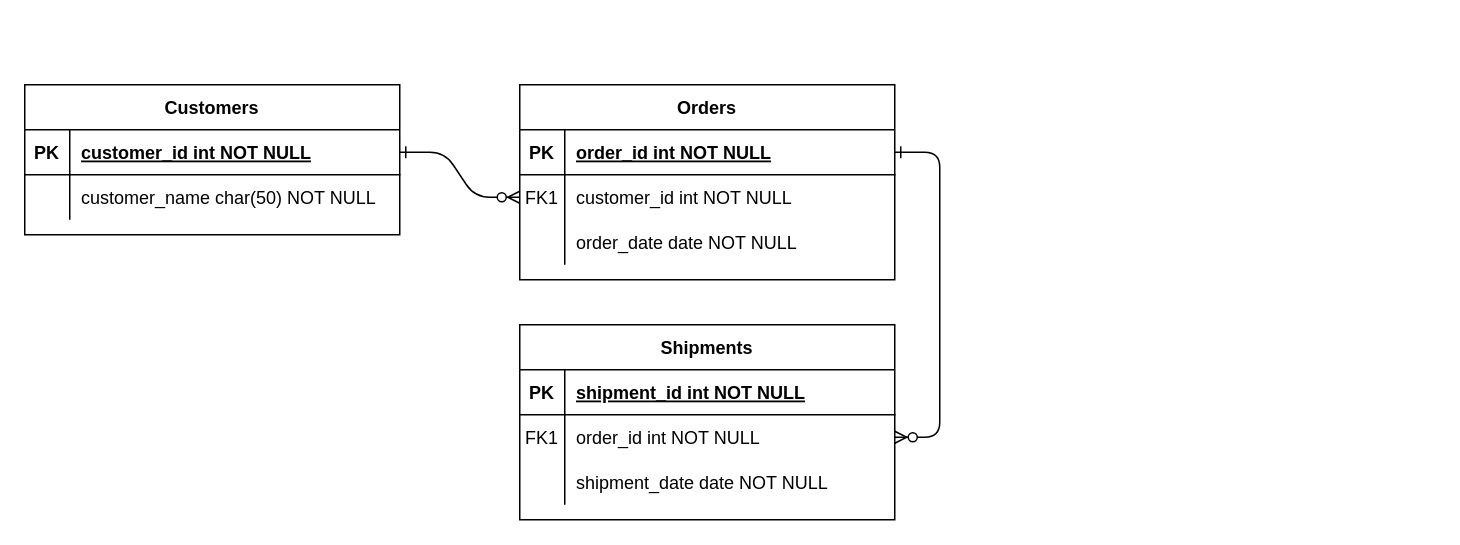
Earlier version of the draw.io diagram Distribuicao_Analistas_2a_Inst.drawio (gugahh/diagramasmprj). Source tidied: cells renumbered, new cells numbered last; positions are measured from the earlier drawing's top-left corner, leaving out a move shared by most shapes. Both pictures are drawn from the tidied source at 150%, with x=0, y=0 at pixel (24, 84).
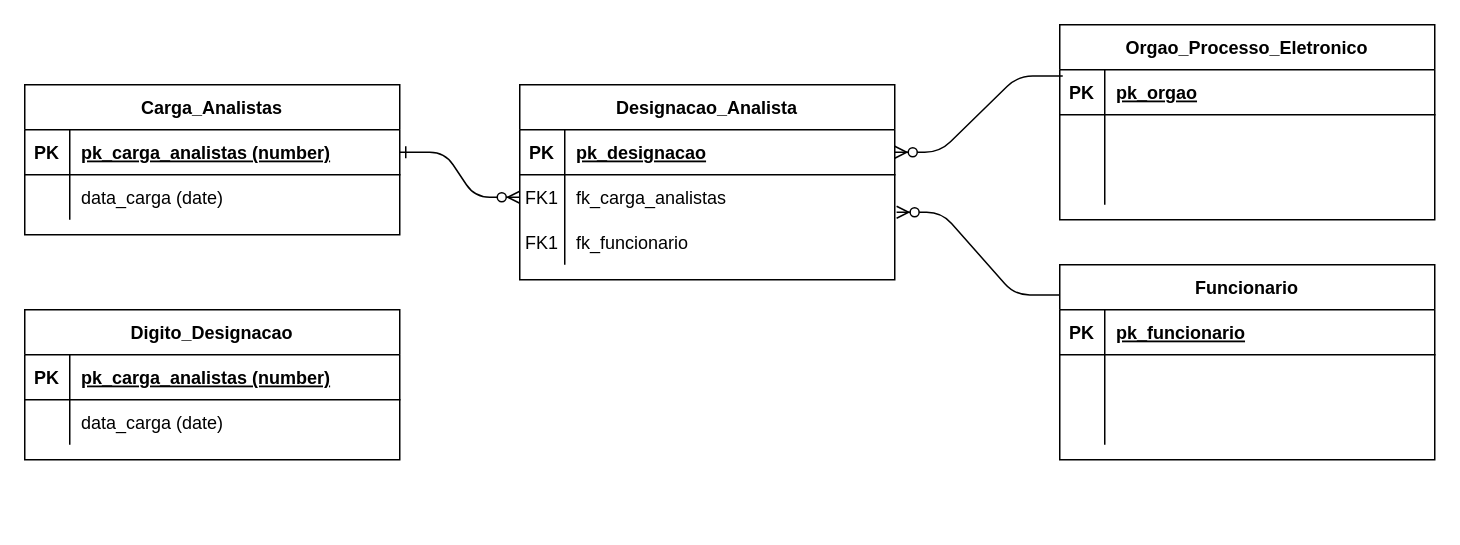
Above is the later version.

Unchanged cells that the change refers to:
```xml
<mxCell id="5" style="shape=partialRectangle;fillColor=none;points=[[0,0.5],[1,0.5]];portConstraint=eastwest;top=0;left=0;right=0;bottom=1;" parent="4" vertex="1">
  <mxGeometry y="30" width="250" height="30" as="geometry" />
</mxCell>
<mxCell id="8" style="shape=partialRectangle;fillColor=none;points=[[0,0.5],[1,0.5]];portConstraint=eastwest;top=0;left=0;right=0;bottom=0;" parent="4" vertex="1">
  <mxGeometry y="60" width="250" height="30" as="geometry" />
</mxCell>
<mxCell id="11" style="shape=partialRectangle;fillColor=none;top=0;left=0;right=0;bottom=0;" parent="4" vertex="1">
  <mxGeometry y="90" width="250" height="30" as="geometry" />
</mxCell>
<mxCell id="15" style="shape=partialRectangle;fillColor=none;points=[[0,0.5],[1,0.5]];portConstraint=eastwest;top=0;left=0;right=0;bottom=1;" parent="14" vertex="1">
  <mxGeometry y="30" width="250" height="30" as="geometry" />
</mxCell>
<mxCell id="18" style="shape=partialRectangle;fillColor=none;points=[[0,0.5],[1,0.5]];portConstraint=eastwest;top=0;left=0;right=0;bottom=0;" parent="14" vertex="1">
  <mxGeometry y="60" width="250" height="30" as="geometry" />
</mxCell>
<mxCell id="21" style="shape=partialRectangle;fillColor=none;top=0;left=0;right=0;bottom=0;" parent="14" vertex="1">
  <mxGeometry y="90" width="250" height="30" as="geometry" />
</mxCell>
<mxCell id="25" style="shape=partialRectangle;fillColor=none;points=[[0,0.5],[1,0.5]];portConstraint=eastwest;top=0;left=0;right=0;bottom=1;" parent="24" vertex="1">
  <mxGeometry y="30" width="250" height="30" as="geometry" />
</mxCell>
<mxCell id="28" style="shape=partialRectangle;fillColor=none;top=0;left=0;right=0;bottom=0;" parent="24" vertex="1">
  <mxGeometry y="60" width="250" height="30" as="geometry" />
</mxCell>
```

What changed in the source:
```diff
@@
-    <mxCell id="3" style="edgeStyle=entityRelationEdgeStyle;endArrow=ERzeroToMany;startArrow=ERone;endFill=1;startFill=0;" parent="1" edge="1" source="5" target="18">
-      <mxGeometry relative="1" as="geometry" />
-    </mxCell>
-    <mxCell id="4" value="Orders" style="shape=table;startSize=30;childLayout=tableLayout;rowLines=0;fontStyle=1;align=center;" parent="1" vertex="1">
+    <mxCell id="4" value="Designacao_Analista" style="shape=table;startSize=30;childLayout=tableLayout;rowLines=0;fontStyle=1;align=center;" parent="1" vertex="1">
       <mxGeometry x="330" width="250" height="130" as="geometry" />
     </mxCell>
@@
-    <mxCell id="7" value="order_id int NOT NULL " style="shape=partialRectangle;overflow=hidden;fillColor=none;top=0;left=0;bottom=0;right=0;align=left;spacingLeft=6;fontStyle=5;" parent="5" vertex="1">
+    <mxCell id="7" value="pk_designacao" style="shape=partialRectangle;overflow=hidden;fillColor=none;top=0;left=0;bottom=0;right=0;align=left;spacingLeft=6;fontStyle=5;" parent="5" vertex="1">
       <mxGeometry x="30" width="220" height="30" as="geometry" />
     </mxCell>
@@
-    <mxCell id="10" value="customer_id int NOT NULL" style="shape=partialRectangle;overflow=hidden;fillColor=none;top=0;left=0;bottom=0;right=0;align=left;spacingLeft=6;" parent="8" vertex="1">
+    <mxCell id="10" value="fk_carga_analistas" style="shape=partialRectangle;overflow=hidden;fillColor=none;top=0;left=0;bottom=0;right=0;align=left;spacingLeft=6;" parent="8" vertex="1">
       <mxGeometry x="30" width="220" height="30" as="geometry" />
     </mxCell>
@@
-    <mxCell id="13" value="order_date date NOT NULL" style="shape=partialRectangle;overflow=hidden;fillColor=none;top=0;left=0;bottom=0;right=0;align=left;spacingLeft=6;" parent="11" vertex="1">
+    <mxCell id="13" value="fk_funcionario" style="shape=partialRectangle;overflow=hidden;fillColor=none;top=0;left=0;bottom=0;right=0;align=left;spacingLeft=6;" parent="11" vertex="1">
       <mxGeometry x="30" width="220" height="30" as="geometry" />
     </mxCell>
-    <mxCell id="14" value="Shipments" style="shape=table;startSize=30;childLayout=tableLayout;rowLines=0;fontStyle=1;align=center;" parent="1" vertex="1">
-      <mxGeometry x="330" y="160" width="250" height="130" as="geometry" />
+    <mxCell id="14" value="Orgao_Processo_Eletronico" style="shape=table;startSize=30;childLayout=tableLayout;rowLines=0;fontStyle=1;align=center;" parent="1" vertex="1">
+      <mxGeometry x="690" y="-40" width="250" height="130" as="geometry" />
     </mxCell>
@@
-    <mxCell id="17" value="shipment_id int NOT NULL " style="shape=partialRectangle;overflow=hidden;fillColor=none;top=0;left=0;bottom=0;right=0;align=left;spacingLeft=6;fontStyle=5;" parent="15" vertex="1">
+    <mxCell id="17" value="pk_orgao" style="shape=partialRectangle;overflow=hidden;fillColor=none;top=0;left=0;bottom=0;right=0;align=left;spacingLeft=6;fontStyle=5;" parent="15" vertex="1">
       <mxGeometry x="30" width="220" height="30" as="geometry" />
     </mxCell>
@@
-    <mxCell id="19" value="FK1" style="shape=partialRectangle;overflow=hidden;fillColor=none;top=0;left=0;bottom=0;right=0;" parent="18" vertex="1">
+    <mxCell id="19" style="shape=partialRectangle;overflow=hidden;fillColor=none;top=0;left=0;bottom=0;right=0;" parent="18" vertex="1">
       <mxGeometry width="30" height="30" as="geometry" />
     </mxCell>
-    <mxCell id="20" value="order_id int NOT NULL" style="shape=partialRectangle;overflow=hidden;fillColor=none;top=0;left=0;bottom=0;right=0;align=left;spacingLeft=6;" parent="18" vertex="1">
+    <mxCell id="20" style="shape=partialRectangle;overflow=hidden;fillColor=none;top=0;left=0;bottom=0;right=0;align=left;spacingLeft=6;" parent="18" vertex="1">
       <mxGeometry x="30" width="220" height="30" as="geometry" />
     </mxCell>
@@
-    <mxCell id="23" value="shipment_date date NOT NULL" style="shape=partialRectangle;overflow=hidden;fillColor=none;top=0;left=0;bottom=0;right=0;align=left;spacingLeft=6;" parent="21" vertex="1">
+    <mxCell id="23" style="shape=partialRectangle;overflow=hidden;fillColor=none;top=0;left=0;bottom=0;right=0;align=left;spacingLeft=6;" parent="21" vertex="1">
       <mxGeometry x="30" width="220" height="30" as="geometry" />
     </mxCell>
-    <mxCell id="24" value="Customers" style="shape=table;startSize=30;childLayout=tableLayout;rowLines=0;fontStyle=1;align=center;" parent="1" vertex="1">
+    <mxCell id="24" value="Carga_Analistas" style="shape=table;startSize=30;childLayout=tableLayout;rowLines=0;fontStyle=1;align=center;" parent="1" vertex="1">
       <mxGeometry width="250" height="100" as="geometry" />
     </mxCell>
@@
-    <mxCell id="27" value="customer_id int NOT NULL " style="shape=partialRectangle;overflow=hidden;fillColor=none;top=0;left=0;bottom=0;right=0;align=left;spacingLeft=6;fontStyle=5;" parent="25" vertex="1">
+    <mxCell id="27" value="pk_carga_analistas (number)" style="shape=partialRectangle;overflow=hidden;fillColor=none;top=0;left=0;bottom=0;right=0;align=left;spacingLeft=6;fontStyle=5;" parent="25" vertex="1">
       <mxGeometry x="30" width="220" height="30" as="geometry" />
     </mxCell>
@@
-    <mxCell id="30" value="customer_name char(50) NOT NULL" style="shape=partialRectangle;overflow=hidden;fillColor=none;top=0;left=0;bottom=0;right=0;align=left;spacingLeft=6;" parent="28" vertex="1">
+    <mxCell id="30" value="data_carga (date)" style="shape=partialRectangle;overflow=hidden;fillColor=none;top=0;left=0;bottom=0;right=0;align=left;spacingLeft=6;" parent="28" vertex="1">
       <mxGeometry x="30" width="220" height="30" as="geometry" />
     </mxCell>
+    <mxCell id="31" value="Digito_Designacao" style="shape=table;startSize=30;childLayout=tableLayout;rowLines=0;fontStyle=1;align=center;" parent="1" vertex="1">
+      <mxGeometry y="150" width="250" height="100" as="geometry" />
+    </mxCell>
+    <mxCell id="32" style="shape=partialRectangle;fillColor=none;top=0;left=0;right=0;bottom=1;" parent="31" vertex="1">
+      <mxGeometry y="30" width="250" height="30" as="geometry" />
+    </mxCell>
+    <mxCell id="33" value="PK" style="shape=partialRectangle;overflow=hidden;fillColor=none;top=0;left=0;bottom=0;right=0;fontStyle=1;" parent="32" vertex="1">
+      <mxGeometry width="30" height="30" as="geometry" />
+    </mxCell>
+    <mxCell id="34" value="pk_carga_analistas (number)" style="shape=partialRectangle;overflow=hidden;fillColor=none;top=0;left=0;bottom=0;right=0;align=left;spacingLeft=6;fontStyle=5;" parent="32" vertex="1">
+      <mxGeometry x="30" width="220" height="30" as="geometry" />
+    </mxCell>
+    <mxCell id="35" style="shape=partialRectangle;fillColor=none;top=0;left=0;right=0;bottom=0;" parent="31" vertex="1">
+      <mxGeometry y="60" width="250" height="30" as="geometry" />
+    </mxCell>
+    <mxCell id="36" style="shape=partialRectangle;overflow=hidden;fillColor=none;top=0;left=0;bottom=0;right=0;" parent="35" vertex="1">
+      <mxGeometry width="30" height="30" as="geometry" />
+    </mxCell>
+    <mxCell id="37" value="data_carga (date)" style="shape=partialRectangle;overflow=hidden;fillColor=none;top=0;left=0;bottom=0;right=0;align=left;spacingLeft=6;" parent="35" vertex="1">
+      <mxGeometry x="30" width="220" height="30" as="geometry" />
+    </mxCell>
+    <mxCell id="38" style="edgeStyle=entityRelationEdgeStyle;fontSize=12;html=1;endArrow=ERzeroToMany;endFill=1;exitX=0.008;exitY=0.14;exitDx=0;exitDy=0;exitPerimeter=0;entryX=1;entryY=0.5;entryDx=0;entryDy=0;" parent="1" edge="1" source="15" target="5">
+      <mxGeometry relative="1" as="geometry" />
+    </mxCell>
+    <mxCell id="39" value="Funcionario" style="shape=table;startSize=30;childLayout=tableLayout;rowLines=0;fontStyle=1;align=center;" parent="1" vertex="1">
+      <mxGeometry x="690" y="120" width="250" height="130" as="geometry" />
+    </mxCell>
+    <mxCell id="40" style="shape=partialRectangle;fillColor=none;top=0;left=0;right=0;bottom=1;" parent="39" vertex="1">
+      <mxGeometry y="30" width="250" height="30" as="geometry" />
+    </mxCell>
+    <mxCell id="41" value="PK" style="shape=partialRectangle;overflow=hidden;fillColor=none;top=0;left=0;bottom=0;right=0;fontStyle=1;" parent="40" vertex="1">
+      <mxGeometry width="30" height="30" as="geometry" />
+    </mxCell>
+    <mxCell id="42" value="pk_funcionario" style="shape=partialRectangle;overflow=hidden;fillColor=none;top=0;left=0;bottom=0;right=0;align=left;spacingLeft=6;fontStyle=5;" parent="40" vertex="1">
+      <mxGeometry x="30" width="220" height="30" as="geometry" />
+    </mxCell>
+    <mxCell id="43" style="shape=partialRectangle;fillColor=none;top=0;left=0;right=0;bottom=0;" parent="39" vertex="1">
+      <mxGeometry y="60" width="250" height="30" as="geometry" />
+    </mxCell>
+    <mxCell id="44" style="shape=partialRectangle;overflow=hidden;fillColor=none;top=0;left=0;bottom=0;right=0;" parent="43" vertex="1">
+      <mxGeometry width="30" height="30" as="geometry" />
+    </mxCell>
+    <mxCell id="45" style="shape=partialRectangle;overflow=hidden;fillColor=none;top=0;left=0;bottom=0;right=0;align=left;spacingLeft=6;" parent="43" vertex="1">
+      <mxGeometry x="30" width="220" height="30" as="geometry" />
+    </mxCell>
+    <mxCell id="46" style="shape=partialRectangle;fillColor=none;top=0;left=0;right=0;bottom=0;" parent="39" vertex="1">
+      <mxGeometry y="90" width="250" height="30" as="geometry" />
+    </mxCell>
+    <mxCell id="47" style="shape=partialRectangle;overflow=hidden;fillColor=none;top=0;left=0;bottom=0;right=0;" parent="46" vertex="1">
+      <mxGeometry width="30" height="30" as="geometry" />
+    </mxCell>
+    <mxCell id="48" style="shape=partialRectangle;overflow=hidden;fillColor=none;top=0;left=0;bottom=0;right=0;align=left;spacingLeft=6;" parent="46" vertex="1">
+      <mxGeometry x="30" width="220" height="30" as="geometry" />
+    </mxCell>
+    <mxCell id="49" style="edgeStyle=entityRelationEdgeStyle;fontSize=12;html=1;endArrow=ERzeroToMany;endFill=1;exitX=0;exitY=0.155;exitDx=0;exitDy=0;exitPerimeter=0;entryX=1.005;entryY=0.833;entryDx=0;entryDy=0;entryPerimeter=0;" parent="1" edge="1" source="39" target="8">
+      <mxGeometry relative="1" as="geometry" />
+    </mxCell>
+    <mxCell id="50" value="FK1" style="shape=partialRectangle;overflow=hidden;fillColor=none;top=0;left=0;bottom=0;right=0;" parent="1" vertex="1">
+      <mxGeometry x="330" y="90" width="30" height="30" as="geometry" />
+    </mxCell>
```
